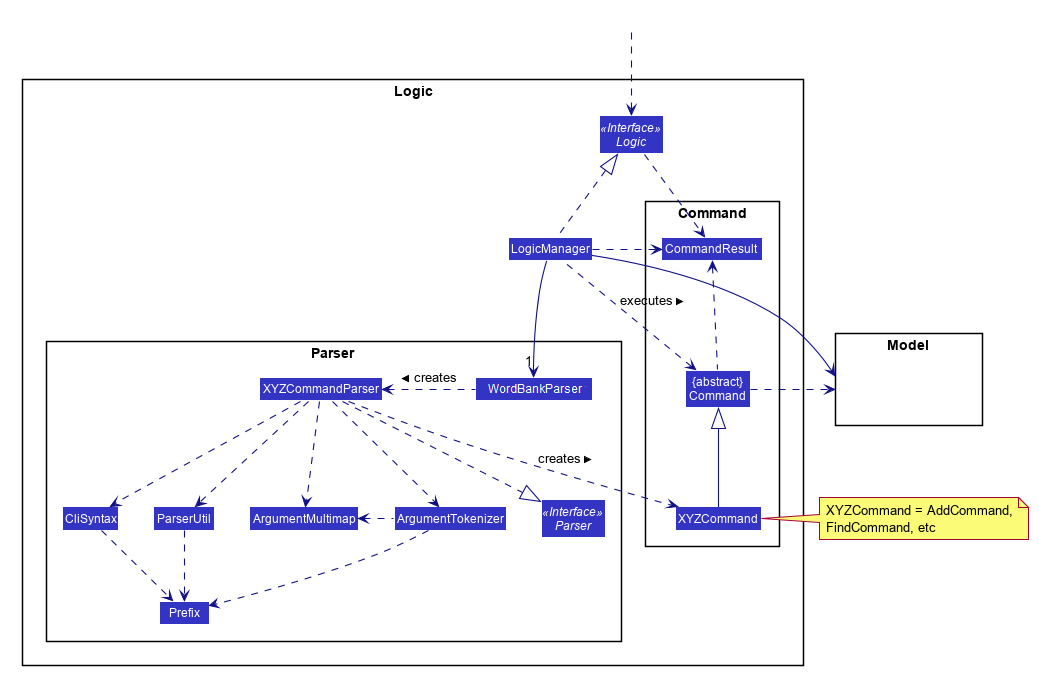
Above: docs/images/LogicClassDiagram.png in vigneshbhuvan-nus/tp (PlantUML), before the change.
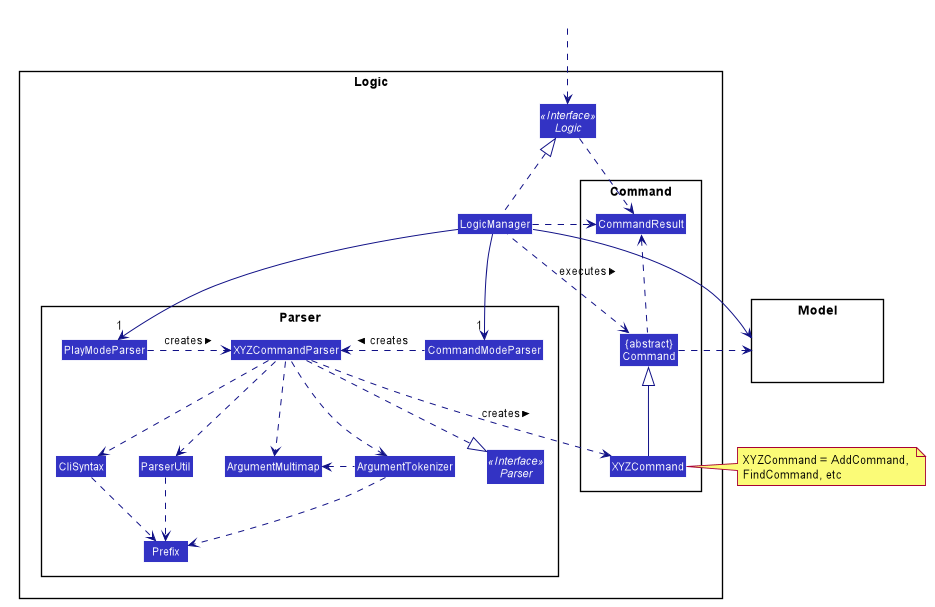
After the commit.

Diff of the diagram source:
```diff
@@ -55,7 +55,8 @@
 
 package Parser {
 Interface Parser <<Interface>>
-Class AddressBookParser
+Class CommandModeParser
+Class PlayModeParser
 Class XYZCommandParser
 Class CliSyntax
 Class ParserUtil
@@ -82,8 +83,10 @@
 HiddenOutside ..> Logic
 
 LogicManager .up.|> Logic
-LogicManager -->"1" AddressBookParser
-AddressBookParser .left.> XYZCommandParser: creates >
+LogicManager -->"1" CommandModeParser
+LogicManager ->"1" PlayModeParser
+PlayModeParser .> XYZCommandParser: creates >
+CommandModeParser .left.> XYZCommandParser: creates >
 
 XYZCommandParser ..> XYZCommand : creates >
 XYZCommandParser ..|> Parser
```
